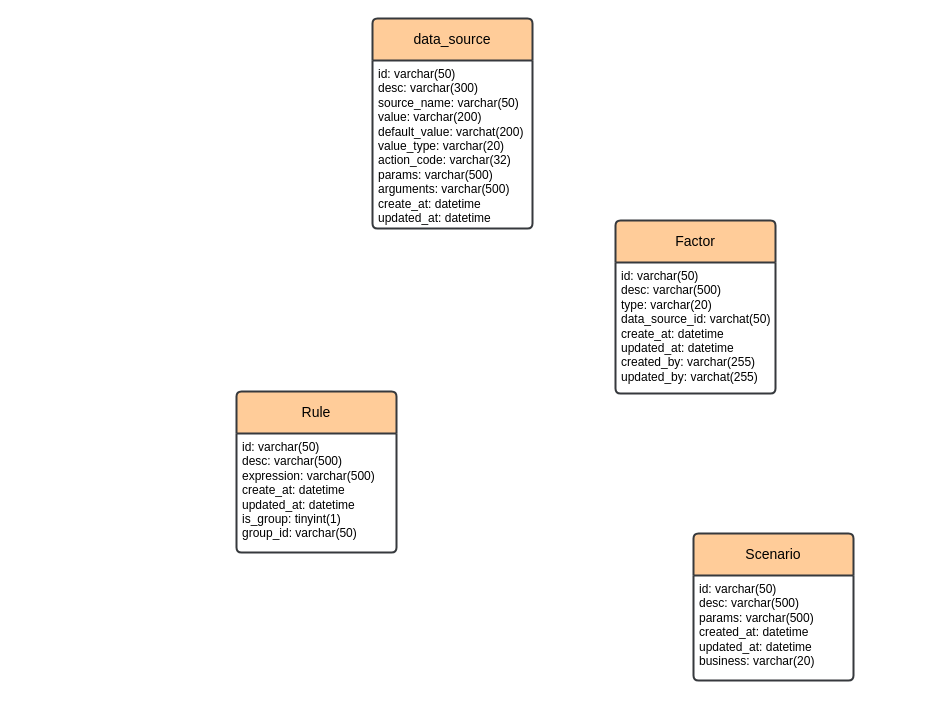
Before: pictures/hammurabi-er1.drawio in Pumpkin9841/pictures, a draw.io diagram. Source tidied: cells renumbered, new cells numbered last; positions are measured from the earlier drawing's top-left corner, leaving out a move shared by most shapes. Both pictures are drawn from the tidied source at 100%, with x=0, y=0 at pixel (236, 18).
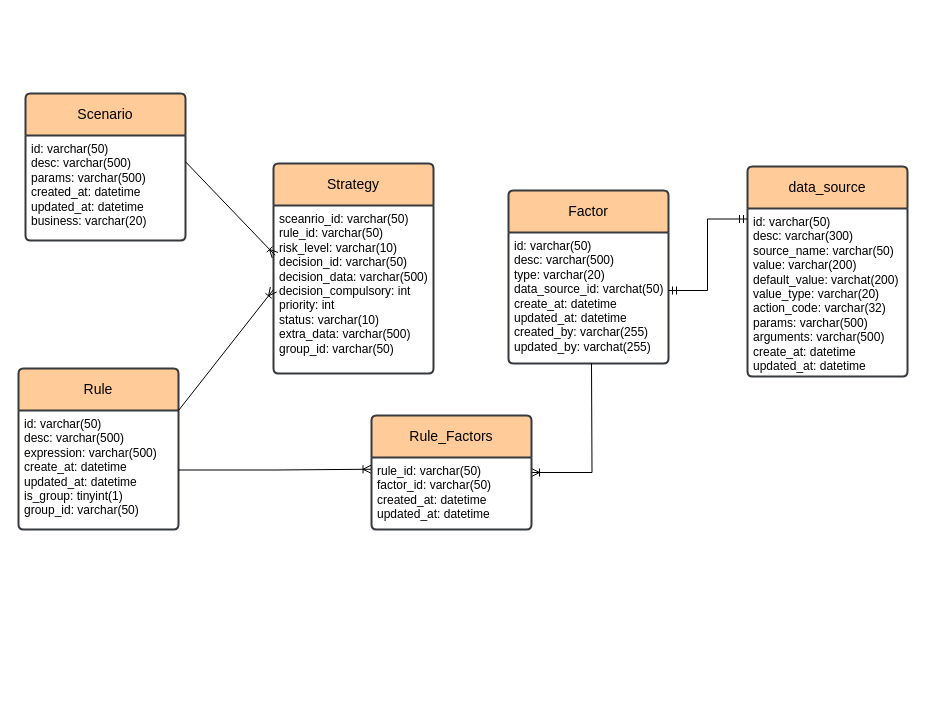
After the change.

The change refers to these unchanged cells:
```xml
<mxCell id="3" value="id: varchar(50)&lt;br&gt;desc: varchar(500)&lt;br&gt;expression: varchar(500)&lt;br&gt;create_at: datetime&lt;br&gt;updated_at: datetime&lt;br&gt;is_group: tinyint(1)&lt;br&gt;group_id: varchar(50)" style="align=left;strokeColor=none;fillColor=none;spacingLeft=4;fontSize=12;verticalAlign=top;html=1;" parent="2" vertex="1">
  <mxGeometry y="42" width="160" height="119" as="geometry" />
</mxCell>
<mxCell id="6" value="id: varchar(50)&lt;br&gt;desc: varchar(500)&lt;br&gt;params: varchar(500)&lt;br&gt;created_at: datetime&lt;br&gt;updated_at: datetime&lt;br&gt;business: varchar(20)" style="align=left;strokeColor=none;fillColor=none;spacingLeft=4;fontSize=12;verticalAlign=top;html=1;" parent="5" vertex="1">
  <mxGeometry y="42" width="160" height="105" as="geometry" />
</mxCell>
<mxCell id="9" value="id: varchar(50)&lt;br&gt;desc: varchar(500)&lt;br&gt;type: varchar(20)&lt;br&gt;data_source_id: varchat(50)&lt;br&gt;create_at: datetime&lt;br&gt;updated_at: datetime&lt;br&gt;created_by: varchar(255)&lt;br&gt;updated_by: varchat(255)" style="align=left;strokeColor=none;fillColor=none;spacingLeft=4;fontSize=12;verticalAlign=top;html=1;" parent="8" vertex="1">
  <mxGeometry y="42" width="160" height="131" as="geometry" />
</mxCell>
```

Diff of the diagram source:
```diff
@@
     <mxCell id="2" value="Rule" style="swimlane;horizontal=1;startSize=42;rounded=1;fontSize=14;fontStyle=0;strokeWidth=2;shadow=0;dashed=0;align=center;arcSize=4;whiteSpace=wrap;html=1;fillColor=#ffcc99;strokeColor=#36393d;" parent="1" vertex="1">
-      <mxGeometry y="373" width="160" height="161" as="geometry" />
+      <mxGeometry x="-218" y="350" width="160" height="161" as="geometry" />
     </mxCell>
@@
     <mxCell id="5" value="Scenario" style="swimlane;horizontal=1;startSize=42;rounded=1;fontSize=14;fontStyle=0;strokeWidth=2;shadow=0;dashed=0;align=center;arcSize=4;whiteSpace=wrap;html=1;fillColor=#ffcc99;strokeColor=#36393d;" parent="1" vertex="1">
-      <mxGeometry x="457" y="515" width="160" height="147" as="geometry" />
+      <mxGeometry x="-211" y="75" width="160" height="147" as="geometry" />
     </mxCell>
@@
     <mxCell id="8" value="Factor" style="swimlane;horizontal=1;startSize=42;rounded=1;fontSize=14;fontStyle=0;strokeWidth=2;shadow=0;dashed=0;align=center;arcSize=4;whiteSpace=wrap;html=1;fillColor=#ffcc99;strokeColor=#36393d;" parent="1" vertex="1">
-      <mxGeometry x="379" y="202" width="160" height="173" as="geometry" />
+      <mxGeometry x="272" y="172" width="160" height="173" as="geometry" />
     </mxCell>
@@
     <mxCell id="11" value="data_source" style="swimlane;horizontal=1;startSize=42;rounded=1;fontSize=14;fontStyle=0;strokeWidth=2;shadow=0;dashed=0;align=center;arcSize=4;whiteSpace=wrap;html=1;fillColor=#ffcc99;strokeColor=#36393d;" parent="1" vertex="1">
-      <mxGeometry x="136" width="160" height="210" as="geometry" />
+      <mxGeometry x="511" y="148" width="160" height="210" as="geometry" />
     </mxCell>
@@
+    <mxCell id="14" style="edgeStyle=orthogonalEdgeStyle;rounded=0;jettySize=auto;html=1;entryX=0;entryY=0.25;entryDx=0;entryDy=0;endArrow=ERmandOne;endFill=0;startArrow=ERmandOne;startFill=0;" parent="1" edge="1" source="9" target="11">
+      <mxGeometry relative="1" as="geometry">
+        <Array as="points">
+          <mxPoint x="471" y="272" />
+          <mxPoint x="471" y="200" />
+        </Array>
+      </mxGeometry>
+    </mxCell>
+    <mxCell id="15" value="Strategy" style="swimlane;horizontal=1;startSize=42;rounded=1;fontSize=14;fontStyle=0;strokeWidth=2;shadow=0;dashed=0;align=center;arcSize=4;whiteSpace=wrap;html=1;fillColor=#ffcc99;strokeColor=#36393d;" parent="1" vertex="1">
+      <mxGeometry x="37" y="145" width="160" height="210" as="geometry" />
+    </mxCell>
+    <mxCell id="16" value="sceanrio_id: varchar(50)&lt;br&gt;rule_id: varchar(50)&lt;br&gt;risk_level: varchar(10)&lt;br&gt;decision_id: varchar(50)&lt;br&gt;decision_data: varchar(500)&lt;br&gt;decision_compulsory: int&lt;br&gt;priority: int&lt;br&gt;status: varchar(10)&lt;br&gt;extra_data: varchar(500)&lt;br&gt;group_id: varchar(50)" style="align=left;strokeColor=none;fillColor=none;spacingLeft=4;fontSize=12;verticalAlign=top;html=1;" parent="15" vertex="1">
+      <mxGeometry y="42" width="160" height="168" as="geometry" />
+    </mxCell>
+    <mxCell id="17" style="edgeStyle=orthogonalEdgeStyle;rounded=0;orthogonalLoop=1;jettySize=auto;html=1;exitX=0.5;exitY=1;exitDx=0;exitDy=0;" parent="15" edge="1" source="16" target="16">
+      <mxGeometry relative="1" as="geometry" />
+    </mxCell>
+    <mxCell id="18" style="rounded=0;jettySize=auto;html=1;exitX=1;exitY=0;exitDx=0;exitDy=0;entryX=0;entryY=0.5;entryDx=0;entryDy=0;startArrow=none;startFill=0;endArrow=ERoneToMany;endFill=0;" parent="1" edge="1" source="3" target="16">
+      <mxGeometry relative="1" as="geometry" />
+    </mxCell>
+    <mxCell id="19" style="rounded=0;jettySize=auto;html=1;exitX=1;exitY=0.25;exitDx=0;exitDy=0;entryX=0.01;entryY=0.296;entryDx=0;entryDy=0;entryPerimeter=0;startArrow=none;startFill=0;endArrow=ERoneToMany;endFill=0;" parent="1" edge="1" source="6" target="16">
+      <mxGeometry relative="1" as="geometry" />
+    </mxCell>
+    <mxCell id="20" style="rounded=0;jettySize=auto;html=1;startArrow=ERoneToMany;startFill=0;endArrow=none;endFill=0;edgeStyle=orthogonalEdgeStyle;" parent="1" edge="1" source="21">
+      <mxGeometry relative="1" as="geometry">
+        <mxPoint x="355" y="345" as="targetPoint" />
+      </mxGeometry>
+    </mxCell>
+    <mxCell id="21" value="Rule_Factors" style="swimlane;horizontal=1;startSize=42;rounded=1;fontSize=14;fontStyle=0;strokeWidth=2;shadow=0;dashed=0;align=center;arcSize=4;whiteSpace=wrap;html=1;fillColor=#ffcc99;strokeColor=#36393d;" parent="1" vertex="1">
+      <mxGeometry x="135" y="397" width="160" height="114" as="geometry" />
+    </mxCell>
+    <mxCell id="22" value="rule_id: varchar(50)&lt;br&gt;factor_id: varchar(50)&lt;br&gt;created_at: datetime&lt;br&gt;updated_at: datetime" style="align=left;strokeColor=none;fillColor=none;spacingLeft=4;fontSize=12;verticalAlign=top;html=1;" parent="21" vertex="1">
+      <mxGeometry y="42" width="160" height="72" as="geometry" />
+    </mxCell>
+    <mxCell id="23" style="edgeStyle=orthogonalEdgeStyle;rounded=0;orthogonalLoop=1;jettySize=auto;html=1;exitX=0.5;exitY=1;exitDx=0;exitDy=0;" parent="21" edge="1" source="22" target="22">
+      <mxGeometry relative="1" as="geometry" />
+    </mxCell>
+    <mxCell id="24" style="edgeStyle=orthogonalEdgeStyle;rounded=0;jettySize=auto;html=1;entryX=-0.003;entryY=0.163;entryDx=0;entryDy=0;entryPerimeter=0;endArrow=ERoneToMany;endFill=0;" parent="1" edge="1" source="3" target="22">
+      <mxGeometry relative="1" as="geometry" />
+    </mxCell>
```
